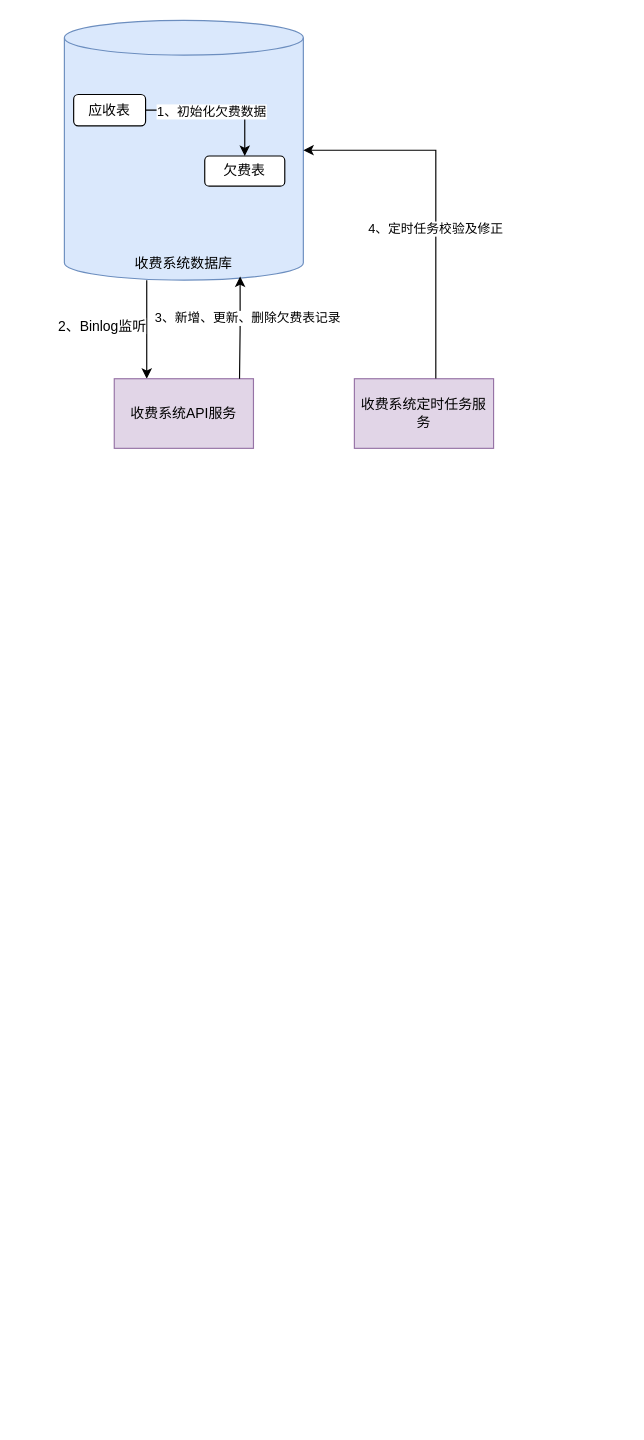
Before: page "CDP优化流程" (2 of 2) of 物业系统.drawio in juesuchen/diagrams, a draw.io diagram. Source tidied: cells renumbered, new cells numbered last; positions are measured from the earlier drawing's top-left corner, leaving out a move shared by most shapes. Both pictures are drawn from the tidied source at 116%, with x=0, y=0 at pixel (56, 20).
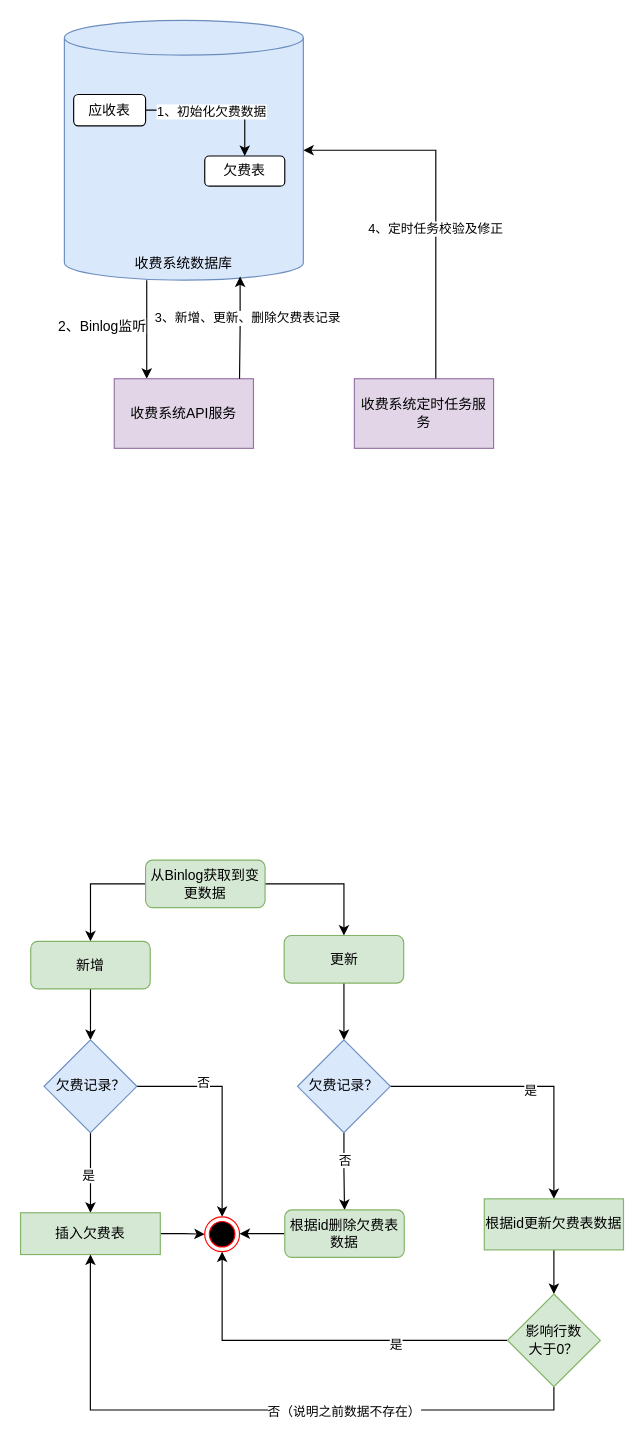
The same diagram, later.

Commit message:
更新物业系统.drawio

Change to the diagram source:
```diff
@@
+    <mxCell id="15" style="edgeStyle=orthogonalEdgeStyle;rounded=0;jettySize=auto;html=1;" parent="1" edge="1" source="17" target="19">
+      <mxGeometry relative="1" as="geometry" />
+    </mxCell>
+    <mxCell id="16" style="edgeStyle=orthogonalEdgeStyle;rounded=0;jettySize=auto;html=1;entryX=0.5;entryY=0;entryDx=0;entryDy=0;exitX=0;exitY=0.5;exitDx=0;exitDy=0;" parent="1" edge="1" source="17" target="21">
+      <mxGeometry relative="1" as="geometry" />
+    </mxCell>
+    <mxCell id="17" value="从Binlog获取到变更数据" style="rounded=1;whiteSpace=wrap;html=1;fillColor=#d5e8d4;strokeColor=#82b366;" parent="1" vertex="1">
+      <mxGeometry x="77" y="724" width="103" height="41" as="geometry" />
+    </mxCell>
+    <mxCell id="18" style="edgeStyle=orthogonalEdgeStyle;rounded=0;jettySize=auto;html=1;entryX=0.5;entryY=0;entryDx=0;entryDy=0;" parent="1" edge="1" source="19" target="34">
+      <mxGeometry relative="1" as="geometry" />
+    </mxCell>
+    <mxCell id="19" value="更新" style="rounded=1;whiteSpace=wrap;html=1;fillColor=#d5e8d4;strokeColor=#82b366;" parent="1" vertex="1">
+      <mxGeometry x="196.5" y="789" width="103" height="41" as="geometry" />
+    </mxCell>
+    <mxCell id="20" style="edgeStyle=orthogonalEdgeStyle;rounded=0;jettySize=auto;html=1;entryX=0.5;entryY=0;entryDx=0;entryDy=0;" parent="1" edge="1" source="21" target="26">
+      <mxGeometry relative="1" as="geometry" />
+    </mxCell>
+    <mxCell id="21" value="新增" style="rounded=1;whiteSpace=wrap;html=1;fillColor=#d5e8d4;strokeColor=#82b366;" parent="1" vertex="1">
+      <mxGeometry x="-22" y="794" width="103" height="41" as="geometry" />
+    </mxCell>
+    <mxCell id="22" style="edgeStyle=orthogonalEdgeStyle;rounded=0;jettySize=auto;html=1;entryX=0.5;entryY=0;entryDx=0;entryDy=0;" parent="1" edge="1" source="26" target="29">
+      <mxGeometry relative="1" as="geometry" />
+    </mxCell>
+    <mxCell id="23" value="否" style="edgeLabel;html=1;align=center;verticalAlign=middle;" parent="22" vertex="1">
+      <mxGeometry x="-0.39" y="4" relative="1" as="geometry" />
+    </mxCell>
+    <mxCell id="24" style="edgeStyle=orthogonalEdgeStyle;rounded=0;jettySize=auto;html=1;" parent="1" edge="1" source="26" target="28">
+      <mxGeometry relative="1" as="geometry" />
+    </mxCell>
+    <mxCell id="25" value="是" style="edgeLabel;html=1;align=center;verticalAlign=middle;" parent="24" vertex="1">
+      <mxGeometry x="0.03" y="-2" relative="1" as="geometry" />
+    </mxCell>
+    <mxCell id="26" value="欠费记录？" style="rhombus;whiteSpace=wrap;html=1;fillColor=#dae8fc;strokeColor=#6c8ebf;" parent="1" vertex="1">
+      <mxGeometry x="-10.5" y="879" width="80" height="80" as="geometry" />
+    </mxCell>
+    <mxCell id="27" style="edgeStyle=orthogonalEdgeStyle;rounded=0;jettySize=auto;html=1;entryX=0;entryY=0.5;entryDx=0;entryDy=0;" parent="1" edge="1" source="28" target="29">
+      <mxGeometry relative="1" as="geometry" />
+    </mxCell>
+    <mxCell id="28" value="插入欠费表" style="whiteSpace=wrap;html=1;fillColor=#d5e8d4;strokeColor=#82b366;" parent="1" vertex="1">
+      <mxGeometry x="-30.8" y="1028" width="120.5" height="36" as="geometry" />
+    </mxCell>
+    <mxCell id="29" style="ellipse;html=1;shape=endState;fillColor=#000000;strokeColor=#ff0000;" parent="1" vertex="1">
+      <mxGeometry x="128" y="1031.5" width="30" height="30" as="geometry" />
+    </mxCell>
+    <mxCell id="30" style="edgeStyle=orthogonalEdgeStyle;rounded=0;jettySize=auto;html=1;entryX=0.5;entryY=0;entryDx=0;entryDy=0;" parent="1" edge="1" source="34" target="36">
+      <mxGeometry relative="1" as="geometry" />
+    </mxCell>
+    <mxCell id="31" value="否" style="edgeLabel;html=1;align=center;verticalAlign=middle;" parent="30" vertex="1">
+      <mxGeometry x="-0.31" relative="1" as="geometry" />
+    </mxCell>
+    <mxCell id="32" style="edgeStyle=orthogonalEdgeStyle;rounded=0;jettySize=auto;html=1;" parent="1" edge="1" source="34" target="38">
+      <mxGeometry relative="1" as="geometry" />
+    </mxCell>
+    <mxCell id="33" value="是" style="edgeLabel;html=1;align=center;verticalAlign=middle;" parent="32" vertex="1">
+      <mxGeometry x="0.01" y="-3" relative="1" as="geometry" />
+    </mxCell>
+    <mxCell id="34" value="欠费记录？" style="rhombus;whiteSpace=wrap;html=1;fillColor=#dae8fc;strokeColor=#6c8ebf;" parent="1" vertex="1">
+      <mxGeometry x="208" y="879" width="80" height="80" as="geometry" />
+    </mxCell>
+    <mxCell id="35" style="edgeStyle=orthogonalEdgeStyle;rounded=0;jettySize=auto;html=1;exitX=0;exitY=0.5;exitDx=0;exitDy=0;entryX=1;entryY=0.5;entryDx=0;entryDy=0;" parent="1" edge="1" source="36" target="29">
+      <mxGeometry relative="1" as="geometry" />
+    </mxCell>
+    <mxCell id="36" value="根据id删除欠费表数据" style="rounded=1;whiteSpace=wrap;html=1;fillColor=#d5e8d4;strokeColor=#82b366;" parent="1" vertex="1">
+      <mxGeometry x="197" y="1025.5" width="103" height="41" as="geometry" />
+    </mxCell>
+    <mxCell id="37" style="edgeStyle=orthogonalEdgeStyle;rounded=0;jettySize=auto;html=1;entryX=0.5;entryY=0;entryDx=0;entryDy=0;" parent="1" edge="1" source="38" target="43">
+      <mxGeometry relative="1" as="geometry" />
+    </mxCell>
+    <mxCell id="38" value="根据id更新欠费表数据" style="whiteSpace=wrap;html=1;fillColor=#d5e8d4;strokeColor=#82b366;" parent="1" vertex="1">
+      <mxGeometry x="369" y="1016" width="120" height="44" as="geometry" />
+    </mxCell>
+    <mxCell id="39" style="edgeStyle=orthogonalEdgeStyle;rounded=0;jettySize=auto;html=1;exitX=0.5;exitY=1;exitDx=0;exitDy=0;" parent="1" edge="1" source="43" target="28">
+      <mxGeometry relative="1" as="geometry" />
+    </mxCell>
+    <mxCell id="40" value="否（说明之前数据不存在）" style="edgeLabel;html=1;align=center;verticalAlign=middle;" parent="39" vertex="1">
+      <mxGeometry x="-0.27" y="1" relative="1" as="geometry" />
+    </mxCell>
+    <mxCell id="41" style="edgeStyle=orthogonalEdgeStyle;rounded=0;jettySize=auto;html=1;entryX=0.5;entryY=1;entryDx=0;entryDy=0;" parent="1" edge="1" source="43" target="29">
+      <mxGeometry relative="1" as="geometry" />
+    </mxCell>
+    <mxCell id="42" value="是" style="edgeLabel;html=1;align=center;verticalAlign=middle;" parent="41" vertex="1">
+      <mxGeometry x="-0.4" y="3" relative="1" as="geometry" />
+    </mxCell>
+    <mxCell id="43" value="影响行数&lt;div&gt;大于0？&lt;/div&gt;" style="rhombus;whiteSpace=wrap;html=1;fillColor=#d5e8d4;strokeColor=#82b366;" parent="1" vertex="1">
+      <mxGeometry x="389" y="1098" width="80" height="80" as="geometry" />
+    </mxCell>
```
